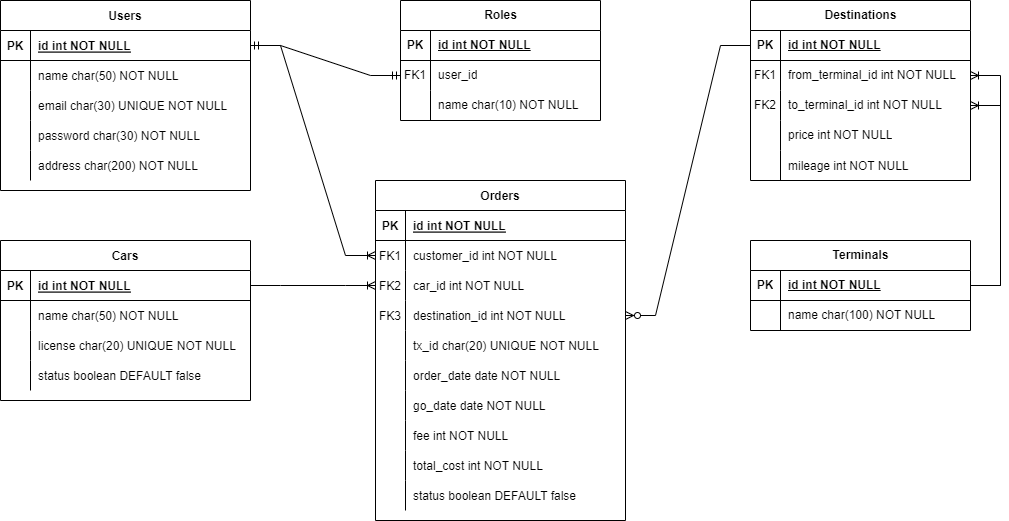
The draw.io diagram travel-api/db_travel.drawio.png in rhyman18/alkademi-tugas4, before a commit. Source tidied: cells renumbered, new cells last; positions are measured from the earlier drawing's top-left corner, leaving out a move shared by most shapes.
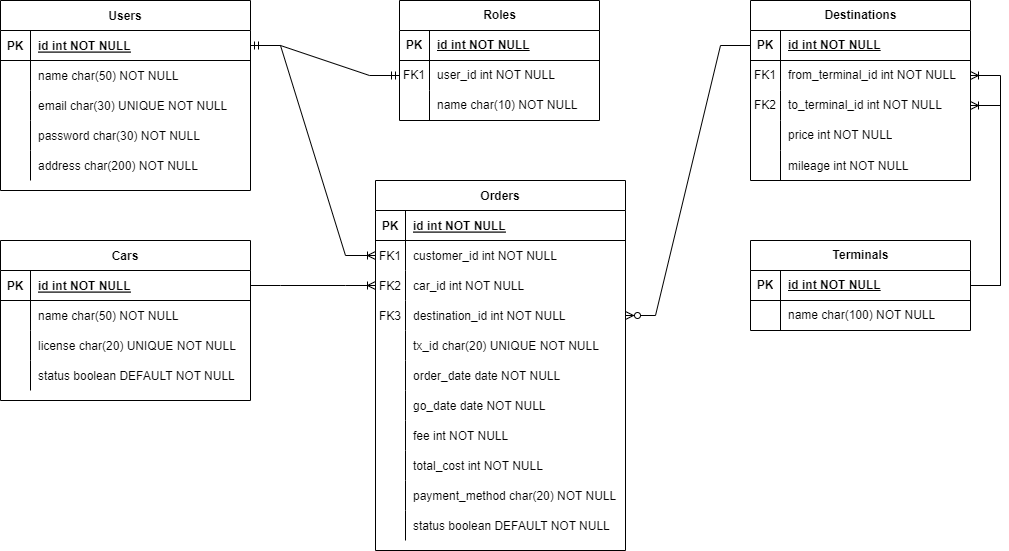
Later version of the same file.

What changed in the source:
```diff
@@ -3,7 +3,7 @@
     <mxCell id="0" />
     <mxCell id="1" parent="0" />
     <mxCell id="2" value="Orders" style="shape=table;startSize=30;rowLines=0;fontStyle=1;align=center;" parent="1" vertex="1">
-      <mxGeometry x="375" y="180" width="250" height="340" as="geometry" />
+      <mxGeometry x="375" y="180" width="250" height="370" as="geometry" />
     </mxCell>
     <mxCell id="3" style="shape=partialRectangle;fillColor=none;top=0;left=0;right=0;bottom=1;" parent="2" vertex="1">
       <mxGeometry y="30" width="250" height="30" as="geometry" />
@@ -86,13 +86,22 @@
     <mxCell id="29" value="total_cost int NOT NULL" style="shape=partialRectangle;fillColor=none;top=0;left=0;bottom=0;right=0;align=left;spacingLeft=6;overflow=hidden;" parent="27" vertex="1">
       <mxGeometry x="30" width="220" height="30" as="geometry" />
     </mxCell>
+    <mxCell id="101" style="shape=tableRow;horizontal=0;startSize=0;swimlaneHead=0;swimlaneBody=0;fillColor=none;top=0;left=0;right=0;bottom=0;" parent="2" vertex="1">
+      <mxGeometry y="300" width="250" height="30" as="geometry" />
+    </mxCell>
+    <mxCell id="102" style="shape=partialRectangle;fillColor=none;top=0;left=0;bottom=0;right=0;overflow=hidden;" parent="101" vertex="1">
+      <mxGeometry width="30" height="30" as="geometry" />
+    </mxCell>
+    <mxCell id="103" value="payment_method char(20) NOT NULL" style="shape=partialRectangle;fillColor=none;top=0;left=0;bottom=0;right=0;align=left;spacingLeft=6;overflow=hidden;" parent="101" vertex="1">
+      <mxGeometry x="30" width="220" height="30" as="geometry" />
+    </mxCell>
     <mxCell id="30" style="shape=tableRow;horizontal=0;startSize=0;swimlaneHead=0;swimlaneBody=0;fillColor=none;top=0;left=0;right=0;bottom=0;" parent="2" vertex="1">
-      <mxGeometry y="300" width="250" height="30" as="geometry" />
+      <mxGeometry y="330" width="250" height="30" as="geometry" />
     </mxCell>
     <mxCell id="31" style="shape=partialRectangle;fillColor=none;top=0;left=0;bottom=0;right=0;overflow=hidden;" parent="30" vertex="1">
       <mxGeometry width="30" height="30" as="geometry" />
     </mxCell>
-    <mxCell id="32" value="status boolean DEFAULT false" style="shape=partialRectangle;fillColor=none;top=0;left=0;bottom=0;right=0;align=left;spacingLeft=6;overflow=hidden;" parent="30" vertex="1">
+    <mxCell id="32" value="status boolean DEFAULT NOT NULL" style="shape=partialRectangle;fillColor=none;top=0;left=0;bottom=0;right=0;align=left;spacingLeft=6;overflow=hidden;" parent="30" vertex="1">
       <mxGeometry x="30" width="220" height="30" as="geometry" />
     </mxCell>
     <mxCell id="33" value="Cars" style="shape=table;startSize=30;rowLines=0;fontStyle=1;align=center;" parent="1" vertex="1">
@@ -131,7 +140,7 @@
     <mxCell id="44" style="shape=partialRectangle;fillColor=none;top=0;left=0;bottom=0;right=0;overflow=hidden;" parent="43" vertex="1">
       <mxGeometry width="30" height="30" as="geometry" />
     </mxCell>
-    <mxCell id="45" value="status boolean DEFAULT false" style="shape=partialRectangle;fillColor=none;top=0;left=0;bottom=0;right=0;align=left;spacingLeft=6;overflow=hidden;" parent="43" vertex="1">
+    <mxCell id="45" value="status boolean DEFAULT NOT NULL" style="shape=partialRectangle;fillColor=none;top=0;left=0;bottom=0;right=0;align=left;spacingLeft=6;overflow=hidden;" parent="43" vertex="1">
       <mxGeometry x="30" width="220" height="30" as="geometry" />
     </mxCell>
     <mxCell id="46" value="Users" style="shape=table;startSize=30;rowLines=0;fontStyle=1;align=center;" parent="1" vertex="1">
@@ -267,7 +276,7 @@
       <mxGeometry relative="1" as="geometry" />
     </mxCell>
     <mxCell id="90" value="Roles" style="shape=table;startSize=30;rowLines=0;fontStyle=1;align=center;html=1;" parent="1" vertex="1">
-      <mxGeometry x="400" width="200" height="120" as="geometry" />
+      <mxGeometry x="399" width="200" height="120" as="geometry" />
     </mxCell>
     <mxCell id="91" style="shape=tableRow;horizontal=0;startSize=0;swimlaneHead=0;swimlaneBody=0;fillColor=none;top=0;left=0;right=0;bottom=1;" parent="90" vertex="1">
       <mxGeometry y="30" width="200" height="30" as="geometry" />
@@ -284,7 +293,7 @@
     <mxCell id="95" value="FK1" style="shape=partialRectangle;fillColor=none;top=0;left=0;bottom=0;right=0;overflow=hidden;whiteSpace=wrap;html=1;" parent="94" vertex="1">
       <mxGeometry width="30" height="30" as="geometry" />
     </mxCell>
-    <mxCell id="96" value="user_id" style="shape=partialRectangle;fillColor=none;top=0;left=0;bottom=0;right=0;align=left;spacingLeft=6;overflow=hidden;whiteSpace=wrap;html=1;" parent="94" vertex="1">
+    <mxCell id="96" value="user_id int NOT NULL" style="shape=partialRectangle;fillColor=none;top=0;left=0;bottom=0;right=0;align=left;spacingLeft=6;overflow=hidden;whiteSpace=wrap;html=1;" parent="94" vertex="1">
       <mxGeometry x="30" width="170" height="30" as="geometry" />
     </mxCell>
     <mxCell id="97" style="shape=tableRow;horizontal=0;startSize=0;swimlaneHead=0;swimlaneBody=0;fillColor=none;top=0;left=0;right=0;bottom=0;" parent="90" vertex="1">
```
